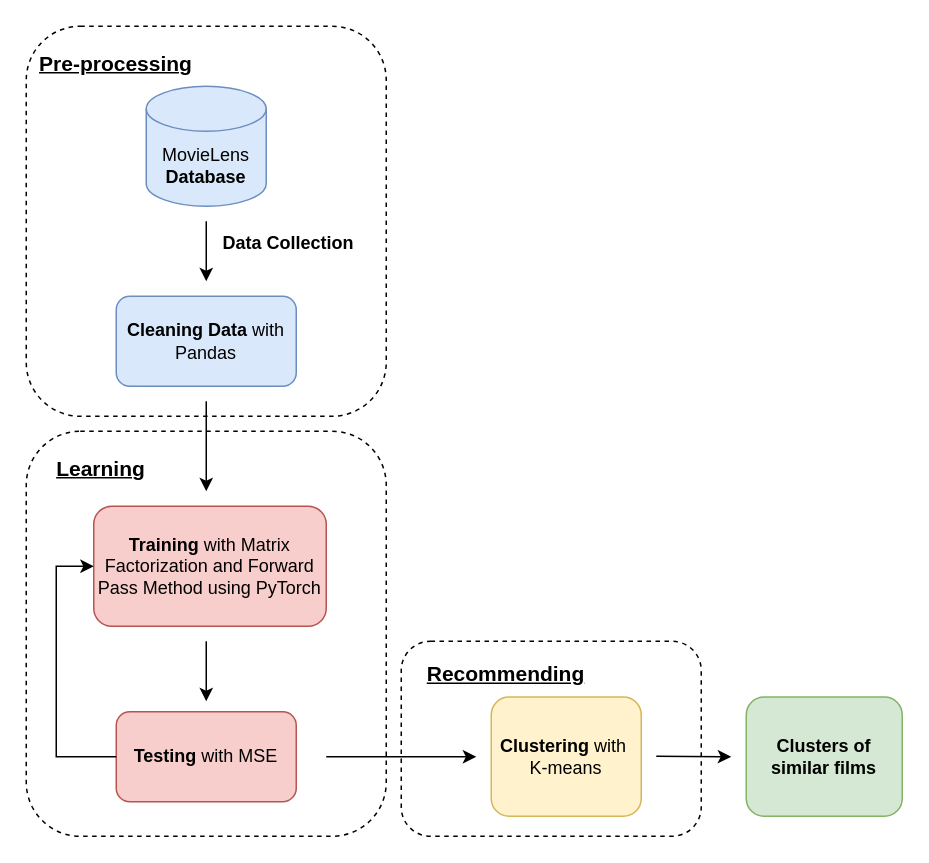
This is Imagens/diagram.drawio from PedroTrama/TCC-Recommendation-Systems, a draw.io file, before an edit. Source tidied: cells renumbered, new cells numbered last; positions are measured from the earlier drawing's top-left corner, leaving out a move shared by most shapes. Both pictures are drawn from the tidied source at 150%, with x=0, y=0 at pixel (26, 26).
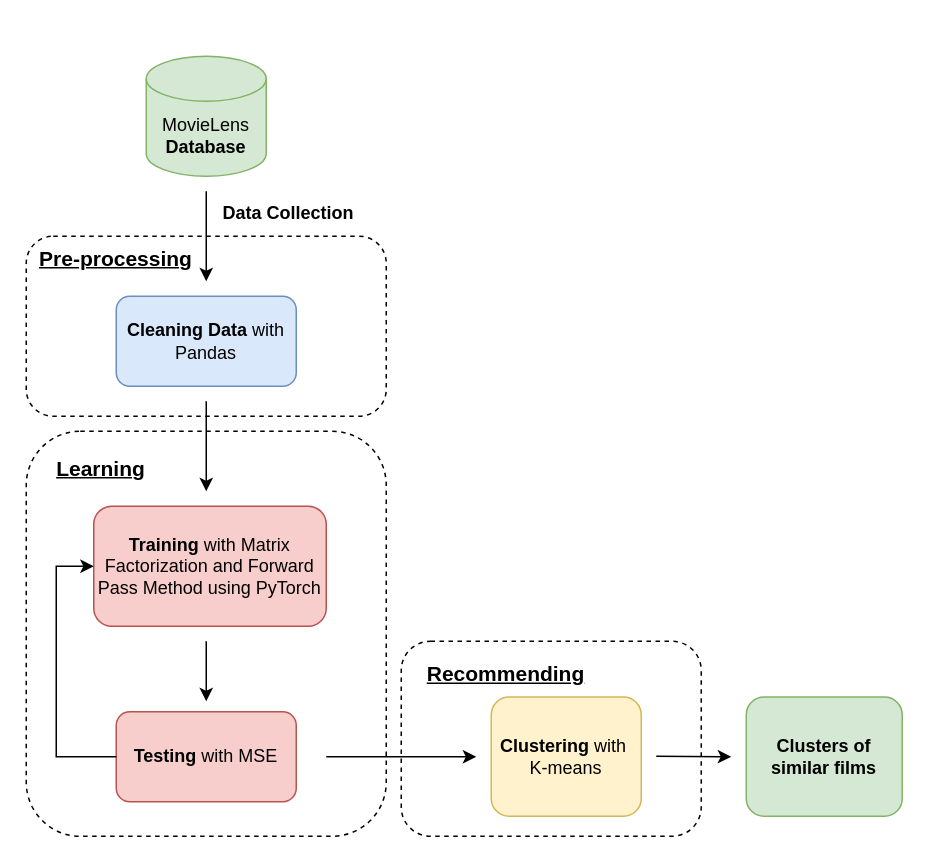
The same page after the edit.

Change to the diagram source:
```diff
@@
     <mxCell id="4" style="rounded=1;whiteSpace=wrap;html=1;dashed=1;fillColor=none;" parent="1" vertex="1">
-      <mxGeometry width="240" height="260" as="geometry" />
+      <mxGeometry y="140" width="240" height="120" as="geometry" />
     </mxCell>
-    <mxCell id="5" value="MovieLens &lt;b&gt;Database&lt;/b&gt;" style="shape=cylinder3;whiteSpace=wrap;html=1;boundedLbl=1;backgroundOutline=1;size=15;fillColor=#dae8fc;strokeColor=#6c8ebf;" parent="1" vertex="1">
-      <mxGeometry x="80" y="40" width="80" height="80" as="geometry" />
+    <mxCell id="5" value="MovieLens &lt;b&gt;Database&lt;/b&gt;" style="shape=cylinder3;whiteSpace=wrap;html=1;boundedLbl=1;backgroundOutline=1;size=15;fillColor=#d5e8d4;strokeColor=#82b366;" parent="1" vertex="1">
+      <mxGeometry x="80" y="20" width="80" height="80" as="geometry" />
     </mxCell>
     <mxCell id="6" value="&lt;b&gt;Data Collection&lt;/b&gt;" style="text;html=1;align=center;verticalAlign=middle;whiteSpace=wrap;rounded=0;" parent="1" vertex="1">
-      <mxGeometry x="130" y="130" width="90" height="30" as="geometry" />
+      <mxGeometry x="130" y="110" width="90" height="30" as="geometry" />
     </mxCell>
@@
     <mxCell id="9" value="&lt;u style=&quot;font-size: 14px;&quot;&gt;&lt;font style=&quot;font-size: 14px;&quot;&gt;Pre-processing&lt;/font&gt;&lt;/u&gt;" style="text;html=1;align=center;verticalAlign=middle;whiteSpace=wrap;rounded=0;fontStyle=1;fontSize=14;" parent="1" vertex="1">
-      <mxGeometry y="10" width="120" height="30" as="geometry" />
+      <mxGeometry y="140" width="120" height="30" as="geometry" />
     </mxCell>
@@
     <mxCell id="15" style="endArrow=classic;html=1;rounded=0;" parent="1" edge="1">
       <mxGeometry relative="1" as="geometry">
-        <mxPoint x="120" y="130" as="sourcePoint" />
+        <mxPoint x="120" y="110" as="sourcePoint" />
         <mxPoint x="120" y="170" as="targetPoint" />
       </mxGeometry>
     </mxCell>
```
